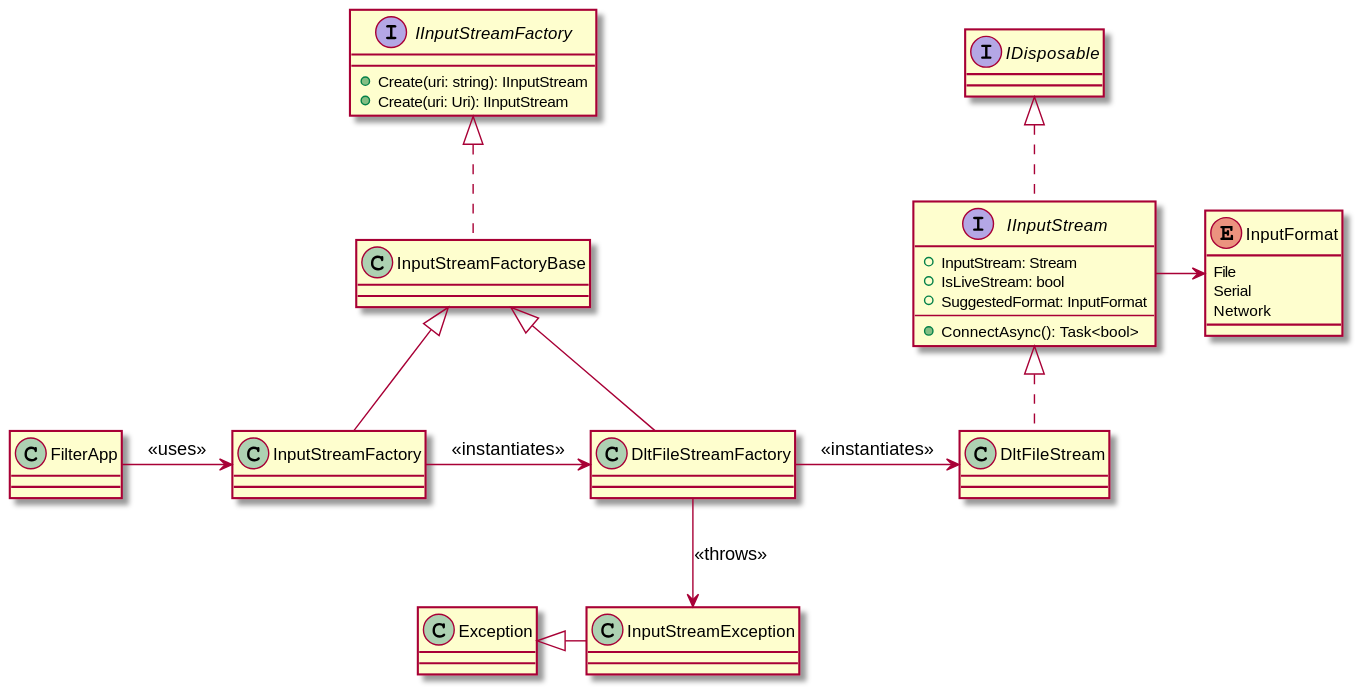
This is apps/DltDump/docs/out/diagrams/InputStreamFactory/InputStreamFactory.svg from jcurl/RJCP.DLL.Log, a PlantUML export, as it was before one commit.
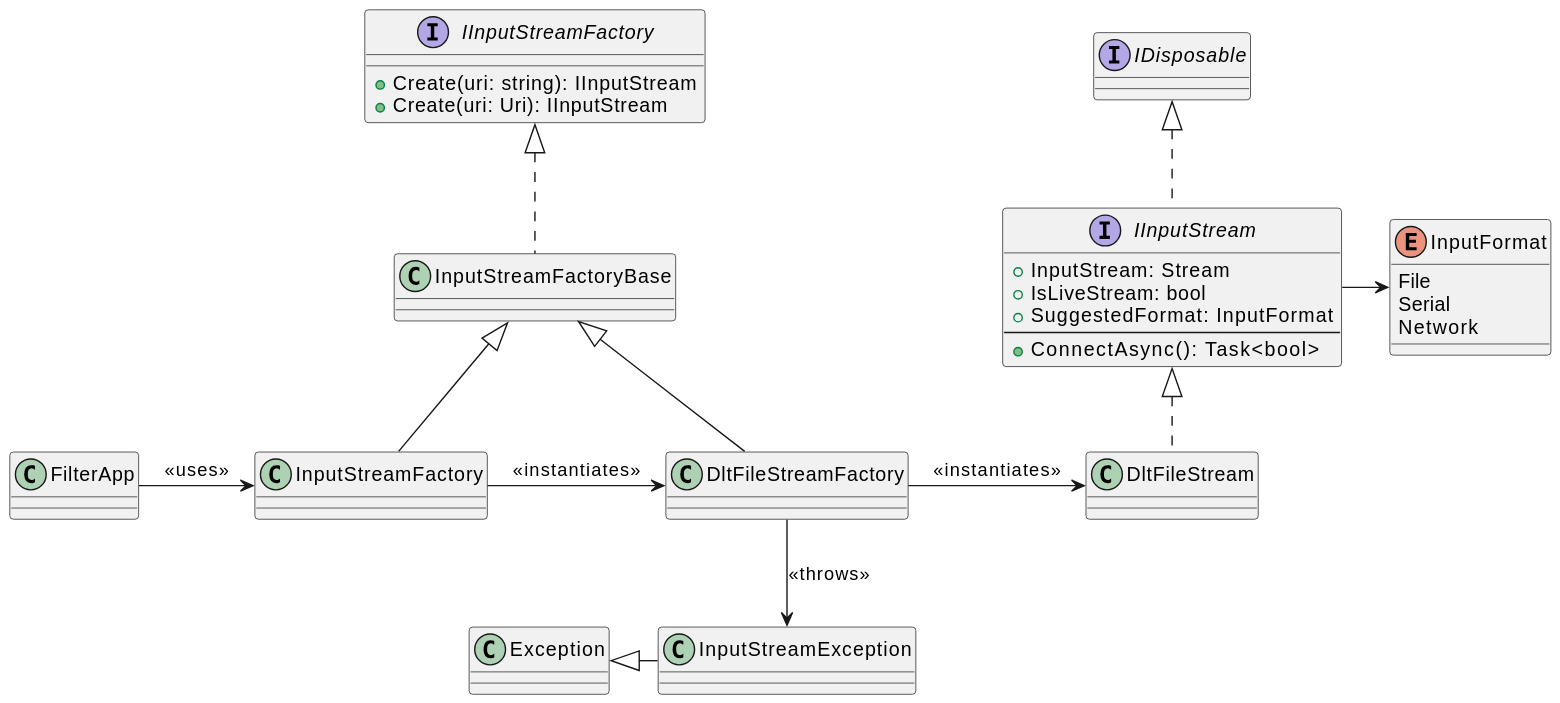
After the change.

What changed in the source:
```diff
@@ -1,5 +1,4 @@
-@startuml InputStreamFactory
-
+@startuml
 interface IDisposable
 class Exception
 
```
